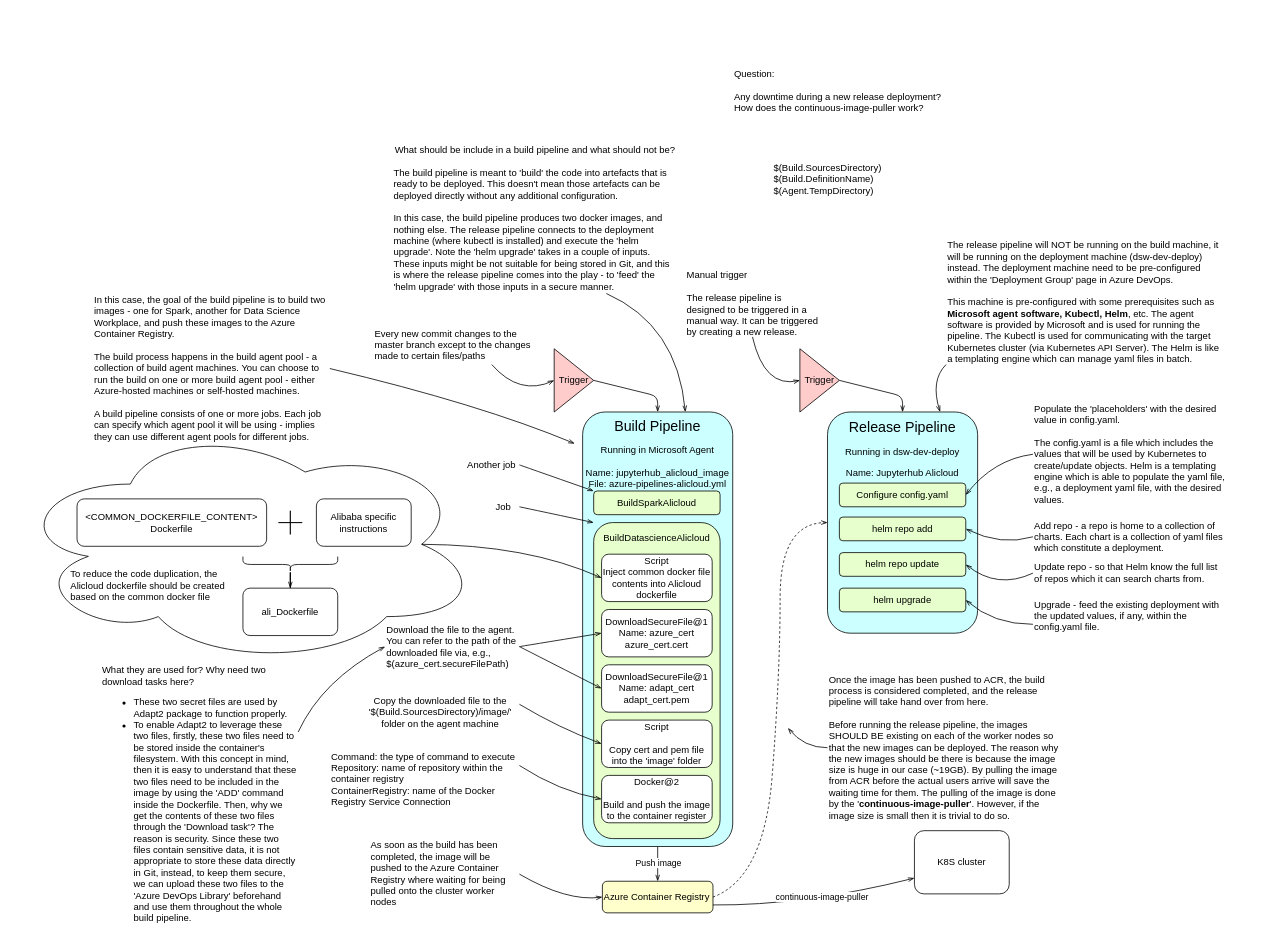
Before: azuredevops.drawio in huangdgm/webstore-v2.0, a draw.io diagram. Source tidied: cells renumbered, new cells numbered last; positions are measured from the earlier drawing's top-left corner, leaving out a move shared by most shapes. Both pictures are drawn from the tidied source at 79%, with x=0, y=0 at pixel (13, 64).
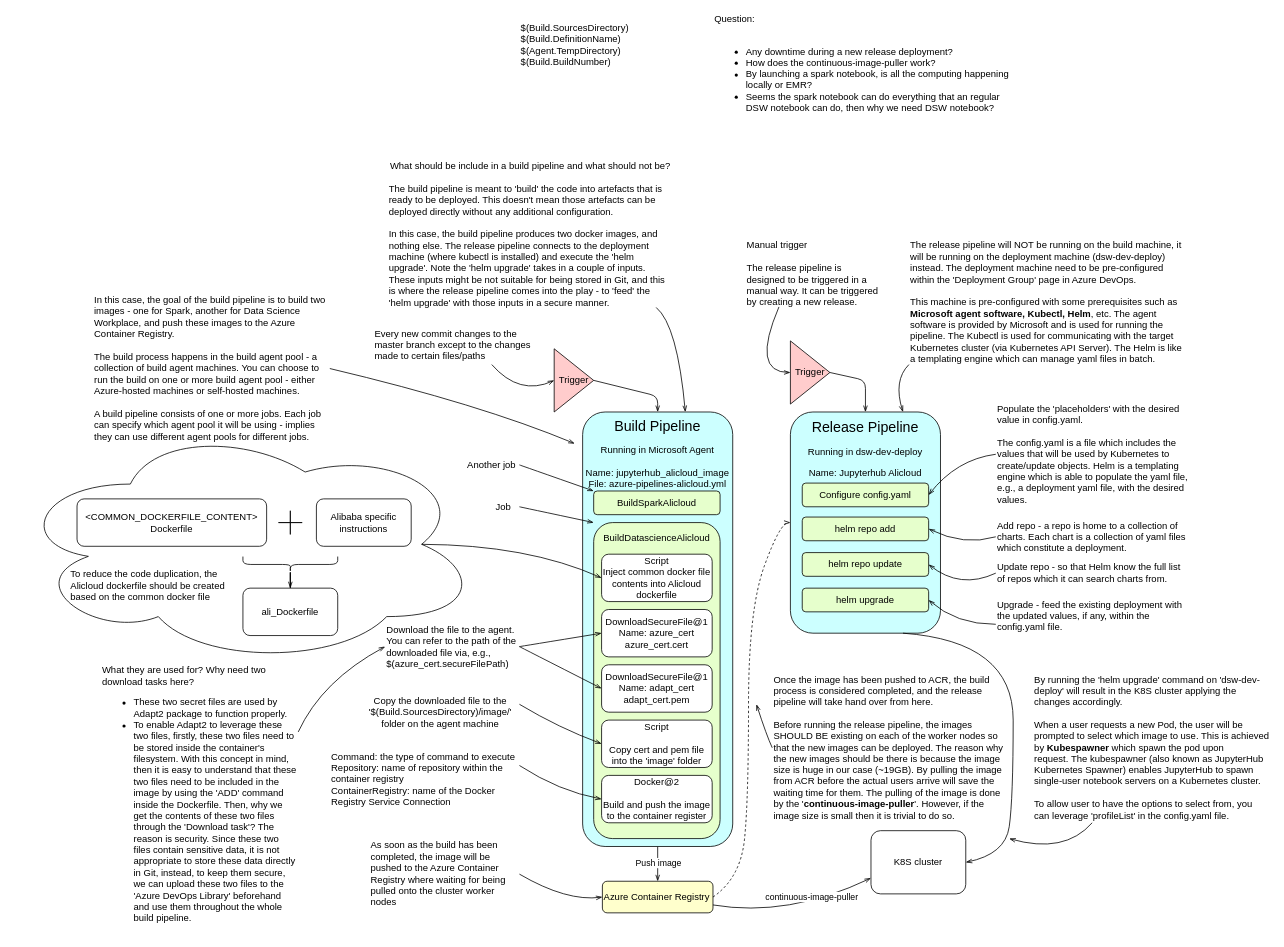
The same diagram, later.

The change refers to these unchanged cells:
```xml
<mxCell id="15" value="Azure Container Registry" style="rounded=1;whiteSpace=wrap;html=1;align=left;fillColor=#FFFFCC;" parent="1" vertex="1">
  <mxGeometry x="745" y="1034" width="140" height="40" as="geometry" />
</mxCell>
```

Diff of the diagram source:
```diff
@@
     <mxCell id="13" style="rounded=1;whiteSpace=wrap;html=1;fillColor=#CCFFFF;" parent="1" vertex="1">
-      <mxGeometry x="1030" y="440" width="190" height="280" as="geometry" />
+      <mxGeometry x="983" y="440" width="190" height="280" as="geometry" />
     </mxCell>
     <mxCell id="14" value="&lt;p&gt;&lt;font style=&quot;font-size: 18px&quot;&gt;Release Pipeline&lt;/font&gt;&lt;/p&gt;&lt;p&gt;&lt;font style=&quot;font-size: 12px&quot;&gt;Running in dsw-dev-deploy&lt;/font&gt;&lt;/p&gt;&lt;p&gt;Name: Jupyterhub Alicloud&lt;/p&gt;" style="text;html=1;strokeColor=none;fillColor=none;align=center;verticalAlign=middle;whiteSpace=wrap;rounded=0;" parent="1" vertex="1">
-      <mxGeometry x="1045" y="450" width="160" height="73" as="geometry" />
+      <mxGeometry x="998" y="450" width="160" height="73" as="geometry" />
     </mxCell>
@@
-    <mxCell id="16" value="$(Build.SourcesDirectory)&lt;br&gt;$(Build.DefinitionName)&lt;br&gt;$(Agent.TempDirectory)" style="text;html=1;strokeColor=none;fillColor=none;align=left;verticalAlign=middle;whiteSpace=wrap;rounded=0;" parent="1" vertex="1">
-      <mxGeometry x="960" y="120" width="160" height="50" as="geometry" />
+    <mxCell id="16" value="$(Build.SourcesDirectory)&lt;br&gt;$(Build.DefinitionName)&lt;br&gt;$(Agent.TempDirectory)&lt;br&gt;$(Build.BuildNumber)" style="text;html=1;strokeColor=none;fillColor=none;align=left;verticalAlign=middle;whiteSpace=wrap;rounded=0;" parent="1" vertex="1">
+      <mxGeometry x="640" y="-50" width="160" height="50" as="geometry" />
     </mxCell>
@@
     <mxCell id="48" value="What should be include in a build pipeline and what should not be?&lt;br&gt;&lt;br&gt;&lt;div style=&quot;text-align: left&quot;&gt;&lt;span&gt;The build pipeline is meant to 'build' the code into artefacts that is ready to be deployed. This doesn't mean those artefacts can be deployed directly without any additional configuration.&lt;/span&gt;&lt;/div&gt;&lt;div style=&quot;text-align: left&quot;&gt;&lt;span&gt;&lt;br&gt;&lt;/span&gt;&lt;/div&gt;&lt;div style=&quot;text-align: left&quot;&gt;&lt;span&gt;In this case, the build pipeline produces two docker images, and nothing else. The release pipeline connects to the deployment machine (where kubectl is installed) and execute the 'helm upgrade'. Note the 'helm upgrade' takes in a couple of inputs. These inputs might be not suitable for being stored in Git, and this is where the release pipeline comes into the play - to 'feed' the 'helm upgrade' with those inputs in a secure manner.&lt;/span&gt;&lt;/div&gt;" style="text;html=1;strokeColor=none;fillColor=none;align=center;verticalAlign=middle;whiteSpace=wrap;rounded=0;" parent="1" vertex="1">
-      <mxGeometry x="480" y="100" width="360" height="190" as="geometry" />
+      <mxGeometry x="474" y="120" width="360" height="190" as="geometry" />
     </mxCell>
-    <mxCell id="49" style="curved=1;endArrow=openThin;html=1;exitX=0.75;exitY=1;exitDx=0;exitDy=0;endFill=0;" parent="1" edge="1" source="48">
+    <mxCell id="49" style="curved=1;endArrow=openThin;html=1;exitX=0.942;exitY=0.988;exitDx=0;exitDy=0;endFill=0;exitPerimeter=0;" parent="1" edge="1" source="48">
       <mxGeometry relative="1" as="geometry">
         <mxPoint x="850" y="440" as="targetPoint" />
         <Array as="points">
           <mxPoint x="840" y="330" />
         </Array>
       </mxGeometry>
     </mxCell>
     <mxCell id="50" value="Configure config.yaml" style="rounded=1;whiteSpace=wrap;html=1;fillColor=#E6FFCC;" parent="1" vertex="1">
-      <mxGeometry x="1045" y="530" width="160" height="30" as="geometry" />
+      <mxGeometry x="998" y="530" width="160" height="30" as="geometry" />
     </mxCell>
     <mxCell id="51" value="helm repo add" style="rounded=1;whiteSpace=wrap;html=1;fillColor=#E6FFCC;" parent="1" vertex="1">
-      <mxGeometry x="1045" y="573" width="160" height="30" as="geometry" />
+      <mxGeometry x="998" y="573" width="160" height="30" as="geometry" />
     </mxCell>
     <mxCell id="52" value="helm repo update" style="rounded=1;whiteSpace=wrap;html=1;fillColor=#E6FFCC;" parent="1" vertex="1">
-      <mxGeometry x="1045" y="618" width="160" height="30" as="geometry" />
+      <mxGeometry x="998" y="618" width="160" height="30" as="geometry" />
     </mxCell>
     <mxCell id="53" value="helm upgrade" style="rounded=1;whiteSpace=wrap;html=1;fillColor=#E6FFCC;" parent="1" vertex="1">
-      <mxGeometry x="1045" y="663" width="160" height="30" as="geometry" />
+      <mxGeometry x="998" y="663" width="160" height="30" as="geometry" />
     </mxCell>
     <mxCell id="54" value="Populate the 'placeholders' with the desired value in config.yaml.&lt;br&gt;&lt;br&gt;The config.yaml is a file which includes the values that will be used by Kubernetes to create/update objects. Helm is a templating engine which is able to populate the yaml file, e.g., a deployment yaml file, with the desired values." style="text;html=1;strokeColor=none;fillColor=none;align=left;verticalAlign=middle;whiteSpace=wrap;rounded=0;" parent="1" vertex="1">
-      <mxGeometry x="1290" y="427" width="250" height="133" as="geometry" />
+      <mxGeometry x="1243" y="427" width="250" height="133" as="geometry" />
     </mxCell>
     <mxCell id="55" style="endArrow=openThin;html=1;exitX=0;exitY=0.5;exitDx=0;exitDy=0;entryX=1;entryY=0.5;entryDx=0;entryDy=0;curved=1;endFill=0;" parent="1" edge="1" source="54" target="50">
       <mxGeometry relative="1" as="geometry">
         <Array as="points">
-          <mxPoint x="1240" y="500" />
+          <mxPoint x="1193" y="500" />
         </Array>
       </mxGeometry>
     </mxCell>
     <mxCell id="56" value="Trigger" style="triangle;whiteSpace=wrap;html=1;fillColor=#FFCCCC;" parent="1" vertex="1">
-      <mxGeometry x="995" y="360" width="50" height="80" as="geometry" />
+      <mxGeometry x="983" y="350" width="50" height="80" as="geometry" />
     </mxCell>
     <mxCell id="57" style="endArrow=openThin;html=1;exitX=1;exitY=0.5;exitDx=0;exitDy=0;endFill=0;" parent="1" edge="1" source="56">
       <mxGeometry relative="1" as="geometry">
-        <mxPoint x="1125" y="440" as="targetPoint" />
+        <mxPoint x="1078" y="440" as="targetPoint" />
         <Array as="points">
-          <mxPoint x="1125" y="420" />
+          <mxPoint x="1078" y="400" />
         </Array>
       </mxGeometry>
     </mxCell>
     <mxCell id="58" value="Manual trigger&lt;br&gt;&lt;br&gt;The release pipeline is designed to be triggered in a manual way. It can be triggered by creating a new release." style="text;html=1;strokeColor=none;fillColor=none;align=left;verticalAlign=middle;whiteSpace=wrap;rounded=0;" parent="1" vertex="1">
-      <mxGeometry x="850" y="260" width="170" height="85" as="geometry" />
+      <mxGeometry x="926" y="222" width="170" height="85" as="geometry" />
     </mxCell>
-    <mxCell id="59" style="curved=1;endArrow=openThin;html=1;exitX=0.5;exitY=1;exitDx=0;exitDy=0;entryX=0;entryY=0.5;entryDx=0;entryDy=0;endFill=0;" parent="1" edge="1" source="58" target="56">
+    <mxCell id="59" style="curved=1;endArrow=openThin;html=1;exitX=0.25;exitY=1;exitDx=0;exitDy=0;entryX=0;entryY=0.5;entryDx=0;entryDy=0;endFill=0;" parent="1" edge="1" source="58" target="56">
       <mxGeometry relative="1" as="geometry">
         <Array as="points">
-          <mxPoint x="950" y="410" />
+          <mxPoint x="933" y="390" />
         </Array>
       </mxGeometry>
     </mxCell>
     <mxCell id="60" value="The release pipeline will NOT be running on the build machine, it will be running on the deployment machine (dsw-dev-deploy) instead. The deployment machine need to be pre-configured within the 'Deployment Group' page in Azure DevOps.&lt;br&gt;&lt;br&gt;This machine is pre-configured with some prerequisites such as &lt;b&gt;Microsoft agent software, Kubectl, Helm&lt;/b&gt;, etc. The agent software is provided by Microsoft and is used for running the pipeline. The Kubectl is used for communicating with the target Kubernetes cluster (via Kubernetes API Server). The Helm is like a templating engine which can manage yaml files in batch." style="text;html=1;strokeColor=none;fillColor=none;align=left;verticalAlign=middle;whiteSpace=wrap;rounded=0;" parent="1" vertex="1">
-      <mxGeometry x="1180" y="222" width="350" height="158" as="geometry" />
+      <mxGeometry x="1133" y="222" width="350" height="158" as="geometry" />
     </mxCell>
     <mxCell id="61" style="curved=1;endArrow=openThin;html=1;exitX=0;exitY=1;exitDx=0;exitDy=0;entryX=0.75;entryY=0;entryDx=0;entryDy=0;endFill=0;" parent="1" edge="1" source="60" target="13">
       <mxGeometry relative="1" as="geometry">
         <Array as="points">
-          <mxPoint x="1160" y="400" />
+          <mxPoint x="1113" y="400" />
         </Array>
       </mxGeometry>
     </mxCell>
     <mxCell id="62" style="curved=1;endArrow=openThin;html=1;exitX=1;exitY=0.5;exitDx=0;exitDy=0;entryX=0;entryY=0.5;entryDx=0;entryDy=0;endFill=0;dashed=1;" parent="1" edge="1" source="15" target="13">
       <mxGeometry relative="1" as="geometry">
         <Array as="points">
-          <mxPoint x="950" y="1030" />
-          <mxPoint x="970" y="770" />
+          <mxPoint x="920" y="1030" />
+          <mxPoint x="930" y="930" />
+          <mxPoint x="930" y="690" />
           <mxPoint x="970" y="580" />
         </Array>
       </mxGeometry>
     </mxCell>
     <mxCell id="63" value="Once the image has been pushed to ACR, the build process is considered completed, and the release pipeline will take hand over from here.&lt;br&gt;&lt;br&gt;Before running the release pipeline, the images SHOULD BE existing on each of the worker nodes so that the new images can be deployed. The reason why the new images should be there is because the image size is huge in our case (~19GB). By pulling the image from ACR before the actual users arrive will save the waiting time for them. The pulling of the image is done by the '&lt;b&gt;continuous-image-puller&lt;/b&gt;'. However, if the image size is small then it is trivial to do so." style="text;html=1;strokeColor=none;fillColor=none;align=left;verticalAlign=middle;whiteSpace=wrap;rounded=0;" parent="1" vertex="1">
-      <mxGeometry x="1030" y="770" width="300" height="190" as="geometry" />
+      <mxGeometry x="960" y="770" width="300" height="190" as="geometry" />
     </mxCell>
     <mxCell id="64" style="curved=1;endArrow=openThin;html=1;exitX=0;exitY=0.5;exitDx=0;exitDy=0;endFill=0;" parent="1" edge="1" source="63">
       <mxGeometry relative="1" as="geometry">
-        <mxPoint x="980" y="840" as="targetPoint" />
+        <mxPoint x="940" y="810" as="targetPoint" />
         <Array as="points">
-          <mxPoint x="1000" y="865" />
+          <mxPoint x="953" y="850" />
         </Array>
       </mxGeometry>
     </mxCell>
     <mxCell id="65" value="Add repo - a repo is home to a collection of charts. Each chart is a collection of yaml files which constitute a deployment.&amp;nbsp;" style="text;html=1;strokeColor=none;fillColor=none;align=left;verticalAlign=middle;whiteSpace=wrap;rounded=0;" parent="1" vertex="1">
-      <mxGeometry x="1290" y="572" width="250" height="52" as="geometry" />
+      <mxGeometry x="1243" y="572" width="250" height="52" as="geometry" />
     </mxCell>
     <mxCell id="66" style="endArrow=openThin;html=1;exitX=0;exitY=0.5;exitDx=0;exitDy=0;entryX=1;entryY=0.5;entryDx=0;entryDy=0;curved=1;endFill=0;" parent="1" edge="1" source="65" target="51">
       <mxGeometry relative="1" as="geometry">
         <Array as="points">
-          <mxPoint x="1250" y="610" />
+          <mxPoint x="1203" y="610" />
         </Array>
       </mxGeometry>
     </mxCell>
     <mxCell id="67" value="Update repo - so that Helm know the full list of repos which it can search charts from." style="text;html=1;strokeColor=none;fillColor=none;align=left;verticalAlign=middle;whiteSpace=wrap;rounded=0;" parent="1" vertex="1">
-      <mxGeometry x="1290" y="628" width="240" height="32" as="geometry" />
+      <mxGeometry x="1243" y="628" width="240" height="32" as="geometry" />
     </mxCell>
     <mxCell id="68" style="endArrow=openThin;html=1;exitX=0;exitY=0.5;exitDx=0;exitDy=0;entryX=1;entryY=0.5;entryDx=0;entryDy=0;curved=1;endFill=0;" parent="1" edge="1" source="67" target="52">
       <mxGeometry relative="1" as="geometry">
         <Array as="points">
-          <mxPoint x="1245" y="665" />
+          <mxPoint x="1198" y="665" />
         </Array>
       </mxGeometry>
     </mxCell>
     <mxCell id="69" value="Upgrade - feed the existing deployment with the updated values, if any, within the config.yaml file." style="text;html=1;strokeColor=none;fillColor=none;align=left;verticalAlign=middle;whiteSpace=wrap;rounded=0;" parent="1" vertex="1">
-      <mxGeometry x="1290" y="675" width="250" height="45" as="geometry" />
+      <mxGeometry x="1243" y="675" width="250" height="45" as="geometry" />
     </mxCell>
-    <mxCell id="70" value="Question:&lt;br&gt;&lt;br&gt;Any downtime during a new release deployment?&lt;br&gt;How does the continuous-image-puller work?" style="text;html=1;strokeColor=none;fillColor=none;align=left;verticalAlign=middle;whiteSpace=wrap;rounded=0;" parent="1" vertex="1">
-      <mxGeometry x="910" width="277" height="65" as="geometry" />
+    <mxCell id="70" value="Question:&lt;br&gt;&lt;br&gt;&lt;ul&gt;&lt;li&gt;Any downtime during a new release deployment?&lt;/li&gt;&lt;li&gt;How does the continuous-image-puller work?&lt;/li&gt;&lt;li&gt;By launching a spark notebook, is all the computing happening locally or EMR?&lt;/li&gt;&lt;li&gt;Seems the spark notebook can do everything that an regular DSW notebook can do, then why we need DSW notebook?&lt;/li&gt;&lt;/ul&gt;" style="text;html=1;strokeColor=none;fillColor=none;align=left;verticalAlign=middle;whiteSpace=wrap;rounded=0;" parent="1" vertex="1">
+      <mxGeometry x="885" y="-50" width="375" height="110" as="geometry" />
     </mxCell>
     <mxCell id="71" style="endArrow=openThin;html=1;exitX=0;exitY=0.75;exitDx=0;exitDy=0;entryX=1;entryY=0.5;entryDx=0;entryDy=0;curved=1;endFill=0;" parent="1" edge="1" source="69" target="53">
       <mxGeometry relative="1" as="geometry">
         <Array as="points">
-          <mxPoint x="1240" y="709" />
+          <mxPoint x="1193" y="709" />
         </Array>
       </mxGeometry>
     </mxCell>
     <mxCell id="72" value="K8S cluster" style="rounded=1;whiteSpace=wrap;html=1;" parent="1" vertex="1">
-      <mxGeometry x="1140" y="970" width="120" height="80" as="geometry" />
+      <mxGeometry x="1085" y="970" width="120" height="80" as="geometry" />
     </mxCell>
     <mxCell id="73" style="curved=1;endArrow=openThin;html=1;exitX=1;exitY=0.75;exitDx=0;exitDy=0;entryX=0;entryY=0.75;entryDx=0;entryDy=0;endFill=0;" parent="1" edge="1" source="15" target="72">
       <mxGeometry relative="1" as="geometry">
         <Array as="points">
-          <mxPoint x="1000" y="1065" />
+          <mxPoint x="980" y="1080" />
         </Array>
       </mxGeometry>
     </mxCell>
     <mxCell id="74" value="continuous-image-puller" style="edgeLabel;html=1;align=center;verticalAlign=middle;" parent="73" vertex="1">
       <mxGeometry x="-0.43" y="-2" relative="1" as="geometry">
-        <mxPoint x="64" y="-13" as="offset" />
+        <mxPoint x="65" y="-23" as="offset" />
       </mxGeometry>
     </mxCell>
+    <mxCell id="75" style="endArrow=openThin;html=1;exitX=0.75;exitY=1;exitDx=0;exitDy=0;entryX=1;entryY=0.5;entryDx=0;entryDy=0;curved=1;endFill=0;" parent="1" edge="1" source="13" target="72">
+      <mxGeometry relative="1" as="geometry">
+        <Array as="points">
+          <mxPoint x="1265" y="730" />
+          <mxPoint x="1265" y="930" />
+          <mxPoint x="1255" y="1000" />
+        </Array>
+      </mxGeometry>
+    </mxCell>
+    <mxCell id="76" value="By running the 'helm upgrade' command on 'dsw-dev-deploy' will result in the K8S cluster applying the changes accordingly.&lt;br&gt;&lt;br&gt;When a user requests a new Pod, the user will be prompted to select which image to use. This is achieved by &lt;b&gt;Kubespawner&lt;/b&gt;&amp;nbsp;which spawn the pod upon request.&amp;nbsp;The kubespawner (also known as JupyterHub Kubernetes Spawner) enables JupyterHub to spawn single-user notebook servers on a Kubernetes cluster.&lt;br&gt;&lt;br&gt;To allow user to have the options to select from, you can leverage 'profileList' in the config.yaml file." style="text;html=1;strokeColor=none;fillColor=none;align=left;verticalAlign=middle;whiteSpace=wrap;rounded=0;" parent="1" vertex="1">
+      <mxGeometry x="1290" y="770" width="300" height="190" as="geometry" />
+    </mxCell>
+    <mxCell id="77" style="curved=1;endArrow=openThin;html=1;exitX=0.25;exitY=1;exitDx=0;exitDy=0;endFill=0;" parent="1" edge="1" source="76">
+      <mxGeometry relative="1" as="geometry">
+        <mxPoint x="1260" y="980" as="targetPoint" />
+        <Array as="points">
+          <mxPoint x="1330" y="1000" />
+        </Array>
+      </mxGeometry>
+    </mxCell>
```
